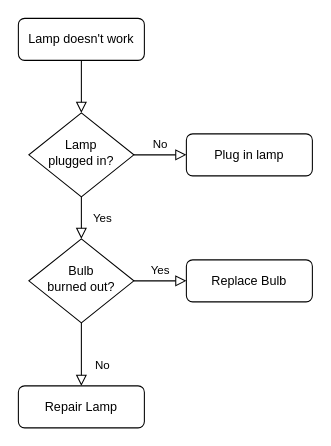
Before: Untitled Diagram.drawio in l1ghtyagam1Jin/privatestorage, a draw.io diagram. Source tidied: cells renumbered, new cells numbered last; positions are measured from the earlier drawing's top-left corner, leaving out a move shared by most shapes. Both pictures are drawn from the tidied source at 105%, with x=0, y=0 at pixel (18, 18).
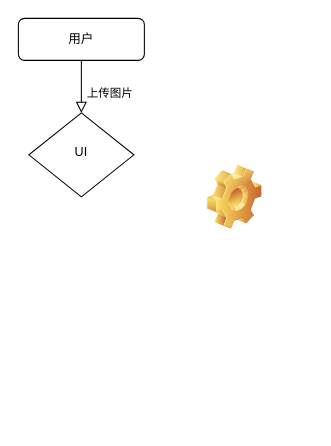
The same diagram, later.

What changed in the source:
```diff
@@
 <mxGraphModel>
   <root>
     <mxCell id="0" />
     <mxCell id="1" parent="0" />
     <mxCell id="2" style="rounded=0;html=1;jettySize=auto;fontSize=11;endArrow=block;endFill=0;endSize=8;strokeWidth=1;shadow=0;labelBackgroundColor=none;edgeStyle=orthogonalEdgeStyle;" parent="1" edge="1" source="3" target="6">
       <mxGeometry relative="1" as="geometry" />
     </mxCell>
+    <mxCell id="13" value="上传图片" style="edgeLabel;html=1;align=center;verticalAlign=middle;" parent="2" vertex="1">
+      <mxGeometry x="0.2" y="-1" relative="1" as="geometry">
+        <mxPoint x="27" as="offset" />
+      </mxGeometry>
+    </mxCell>
-    <mxCell id="3" value="Lamp doesn't work" style="rounded=1;whiteSpace=wrap;html=1;fontSize=12;glass=0;strokeWidth=1;shadow=0;" parent="1" vertex="1">
+    <mxCell id="3" value="用户" style="rounded=1;whiteSpace=wrap;html=1;fontSize=12;glass=0;strokeWidth=1;shadow=0;" parent="1" vertex="1">
       <mxGeometry width="120" height="40" as="geometry" />
     </mxCell>
-    <mxCell id="4" value="Yes" style="rounded=0;html=1;jettySize=auto;fontSize=11;endArrow=block;endFill=0;endSize=8;strokeWidth=1;shadow=0;labelBackgroundColor=none;edgeStyle=orthogonalEdgeStyle;" parent="1" edge="1" source="6" target="10">
-      <mxGeometry y="20" relative="1" as="geometry" />
-    </mxCell>
-    <mxCell id="5" value="No" style="edgeStyle=orthogonalEdgeStyle;rounded=0;html=1;jettySize=auto;fontSize=11;endArrow=block;endFill=0;endSize=8;strokeWidth=1;shadow=0;labelBackgroundColor=none;" parent="1" edge="1" source="6" target="7">
-      <mxGeometry y="10" relative="1" as="geometry" />
-    </mxCell>
-    <mxCell id="6" value="Lamp&lt;br&gt;plugged in?" style="rhombus;whiteSpace=wrap;html=1;shadow=0;fontFamily=Helvetica;fontSize=12;align=center;strokeWidth=1;spacing=6;spacingTop=-4;" parent="1" vertex="1">
+    <mxCell id="6" value="UI" style="rhombus;whiteSpace=wrap;html=1;shadow=0;fontFamily=Helvetica;fontSize=12;align=center;strokeWidth=1;spacing=6;spacingTop=-4;" parent="1" vertex="1">
       <mxGeometry x="10" y="90" width="100" height="80" as="geometry" />
     </mxCell>
-    <mxCell id="7" value="Plug in lamp" style="rounded=1;whiteSpace=wrap;html=1;fontSize=12;glass=0;strokeWidth=1;shadow=0;" parent="1" vertex="1">
-      <mxGeometry x="160" y="110" width="120" height="40" as="geometry" />
-    </mxCell>
-    <mxCell id="8" value="No" style="rounded=0;html=1;jettySize=auto;fontSize=11;endArrow=block;endFill=0;endSize=8;strokeWidth=1;shadow=0;labelBackgroundColor=none;edgeStyle=orthogonalEdgeStyle;" parent="1" edge="1" source="10" target="11">
-      <mxGeometry x="0.33" y="20" relative="1" as="geometry" />
-    </mxCell>
-    <mxCell id="9" value="Yes" style="edgeStyle=orthogonalEdgeStyle;rounded=0;html=1;jettySize=auto;fontSize=11;endArrow=block;endFill=0;endSize=8;strokeWidth=1;shadow=0;labelBackgroundColor=none;" parent="1" edge="1" source="10" target="12">
-      <mxGeometry y="10" relative="1" as="geometry" />
-    </mxCell>
-    <mxCell id="10" value="Bulb&lt;br&gt;burned out?" style="rhombus;whiteSpace=wrap;html=1;shadow=0;fontFamily=Helvetica;fontSize=12;align=center;strokeWidth=1;spacing=6;spacingTop=-4;" parent="1" vertex="1">
-      <mxGeometry x="10" y="210" width="100" height="80" as="geometry" />
-    </mxCell>
-    <mxCell id="11" value="Repair Lamp" style="rounded=1;whiteSpace=wrap;html=1;fontSize=12;glass=0;strokeWidth=1;shadow=0;" parent="1" vertex="1">
-      <mxGeometry y="350" width="120" height="40" as="geometry" />
-    </mxCell>
-    <mxCell id="12" value="Replace Bulb" style="rounded=1;whiteSpace=wrap;html=1;fontSize=12;glass=0;strokeWidth=1;shadow=0;" parent="1" vertex="1">
-      <mxGeometry x="160" y="230" width="120" height="40" as="geometry" />
-    </mxCell>
+    <mxCell id="14" style="shape=image;html=1;verticalLabelPosition=bottom;verticalAlign=top;imageAspect=1;image=img/clipart/Gear_128x128.png;" parent="1" vertex="1">
+      <mxGeometry x="180" y="140" width="52" height="61" as="geometry" />
+    </mxCell>
   </root>
 </mxGraphModel>
```
